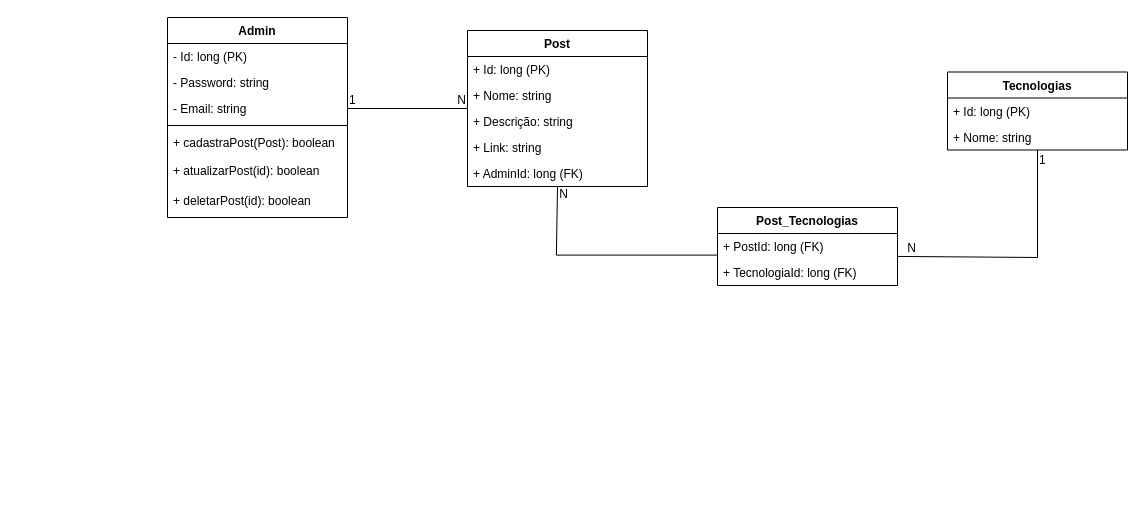
Before: docs/diagrama/Arquitetura.drawio in oficialThur/portfolio, a draw.io diagram. Source tidied: cells renumbered, new cells numbered last; positions are measured from the earlier drawing's top-left corner, leaving out a move shared by most shapes. Both pictures are drawn from the tidied source at 100%, with x=0, y=0 at pixel (167, 17).
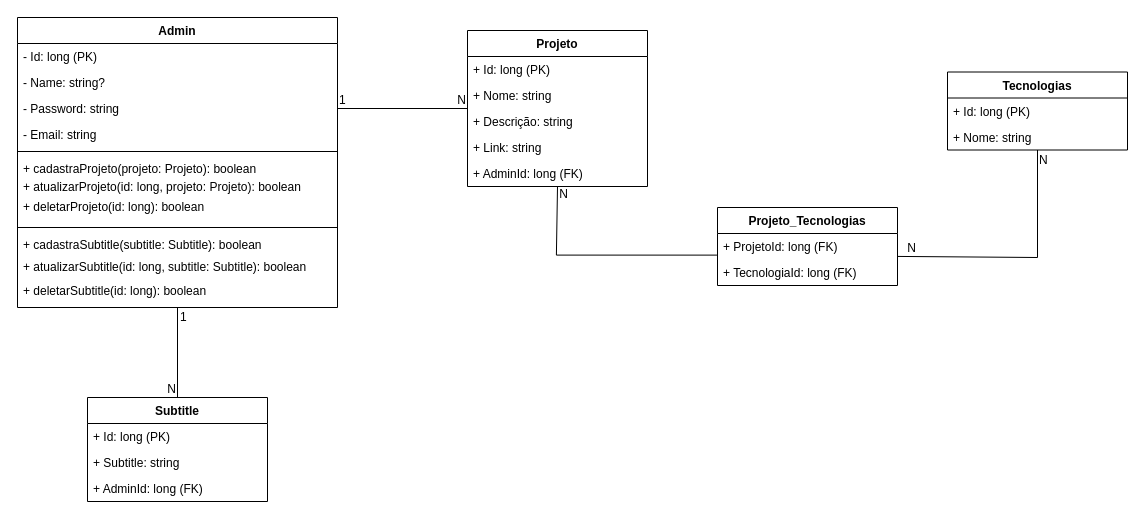
After the change.

The change refers to these unchanged cells:
```xml
<mxCell id="27" style="endArrow=none;html=1;rounded=0;exitX=0.5;exitY=1;exitDx=0;exitDy=0;entryX=1;entryY=-0.118;entryDx=0;entryDy=0;entryPerimeter=0;" parent="1" edge="1" source="22" target="21">
  <mxGeometry relative="1" as="geometry">
    <Array as="points">
      <mxPoint x="870" y="240" />
    </Array>
  </mxGeometry>
</mxCell>
```

Diff of the diagram source:
```diff
@@
     <mxCell id="2" value="&lt;b&gt;Admin&lt;/b&gt;" style="swimlane;fontStyle=1;align=center;verticalAlign=top;horizontal=1;startSize=26;whiteSpace=wrap;html=1;" parent="1" vertex="1">
-      <mxGeometry width="180" height="200" as="geometry" />
+      <mxGeometry x="-150" width="320" height="290" as="geometry" />
     </mxCell>
     <mxCell id="3" value="- Id: long (PK)&lt;span style=&quot;white-space: pre;&quot;&gt;&#9;&lt;/span&gt;" style="text;strokeColor=none;fillColor=none;align=left;verticalAlign=top;spacingLeft=4;spacingRight=4;overflow=hidden;whiteSpace=wrap;html=1;" parent="2" vertex="1">
-      <mxGeometry y="26" width="180" height="26" as="geometry" />
+      <mxGeometry y="26" width="320" height="26" as="geometry" />
     </mxCell>
+    <mxCell id="30" value="- Name: string?" style="text;strokeColor=none;fillColor=none;align=left;verticalAlign=top;spacingLeft=4;spacingRight=4;overflow=hidden;whiteSpace=wrap;html=1;" parent="2" vertex="1">
+      <mxGeometry y="52" width="320" height="26" as="geometry" />
+    </mxCell>
     <mxCell id="4" value="- Password: string" style="text;strokeColor=none;fillColor=none;align=left;verticalAlign=top;spacingLeft=4;spacingRight=4;overflow=hidden;points=[[0,0.5],[1,0.5]];portConstraint=eastwest;whiteSpace=wrap;html=1;" parent="2" vertex="1">
-      <mxGeometry y="52" width="180" height="26" as="geometry" />
+      <mxGeometry y="78" width="320" height="26" as="geometry" />
     </mxCell>
     <mxCell id="5" value="- Email: string" style="text;strokeColor=none;fillColor=none;align=left;verticalAlign=top;spacingLeft=4;spacingRight=4;overflow=hidden;points=[[0,0.5],[1,0.5]];portConstraint=eastwest;whiteSpace=wrap;html=1;" parent="2" vertex="1">
-      <mxGeometry y="78" width="180" height="26" as="geometry" />
+      <mxGeometry y="104" width="320" height="26" as="geometry" />
     </mxCell>
     <mxCell id="6" style="line;strokeWidth=1;fillColor=none;align=left;verticalAlign=middle;spacingTop=-1;spacingLeft=3;spacingRight=3;labelPosition=right;strokeColor=inherit;" parent="2" vertex="1">
-      <mxGeometry y="104" width="180" height="8" as="geometry" />
+      <mxGeometry y="130" width="320" height="8" as="geometry" />
     </mxCell>
-    <mxCell id="7" value="+ cadastraPost(Post): boolean" style="text;strokeColor=none;fillColor=none;align=left;verticalAlign=top;spacingLeft=4;spacingRight=4;overflow=hidden;whiteSpace=wrap;html=1;" parent="2" vertex="1">
-      <mxGeometry y="112" width="180" height="28" as="geometry" />
+    <mxCell id="7" value="+ cadastraProjeto(projeto: Projeto): boolean" style="text;strokeColor=none;fillColor=none;align=left;verticalAlign=top;spacingLeft=4;spacingRight=4;overflow=hidden;whiteSpace=wrap;html=1;" parent="2" vertex="1">
+      <mxGeometry y="138" width="320" height="18" as="geometry" />
     </mxCell>
-    <mxCell id="8" value="+ atualizarPost(id): boolean&lt;div&gt;&lt;br&gt;&lt;/div&gt;" style="text;strokeColor=none;fillColor=none;align=left;verticalAlign=top;spacingLeft=4;spacingRight=4;overflow=hidden;whiteSpace=wrap;html=1;" parent="2" vertex="1">
-      <mxGeometry y="140" width="180" height="30" as="geometry" />
+    <mxCell id="8" value="+ atualizarProjeto(id: long, projeto: Projeto): boolean&lt;div&gt;&lt;br&gt;&lt;/div&gt;" style="text;strokeColor=none;fillColor=none;align=left;verticalAlign=top;spacingLeft=4;spacingRight=4;overflow=hidden;whiteSpace=wrap;html=1;" parent="2" vertex="1">
+      <mxGeometry y="156" width="320" height="20" as="geometry" />
     </mxCell>
-    <mxCell id="9" value="+ deletarPost(id): boolean" style="text;strokeColor=none;fillColor=none;align=left;verticalAlign=top;spacingLeft=4;spacingRight=4;overflow=hidden;whiteSpace=wrap;html=1;" parent="2" vertex="1">
-      <mxGeometry y="170" width="180" height="30" as="geometry" />
+    <mxCell id="9" value="+ deletarProjeto(id: long): boolean" style="text;strokeColor=none;fillColor=none;align=left;verticalAlign=top;spacingLeft=4;spacingRight=4;overflow=hidden;whiteSpace=wrap;html=1;" parent="2" vertex="1">
+      <mxGeometry y="176" width="320" height="30" as="geometry" />
     </mxCell>
+    <mxCell id="31" style="line;strokeWidth=1;fillColor=none;align=left;verticalAlign=middle;spacingTop=-1;spacingLeft=3;spacingRight=3;labelPosition=right;strokeColor=inherit;" parent="2" vertex="1">
+      <mxGeometry y="206" width="320" height="8" as="geometry" />
+    </mxCell>
+    <mxCell id="32" value="+ cadastra&lt;span style=&quot;text-align: center;&quot;&gt;Subtitle&lt;/span&gt;(subtitle: Subtitle): boolean" style="text;strokeColor=none;fillColor=none;align=left;verticalAlign=top;spacingLeft=4;spacingRight=4;overflow=hidden;whiteSpace=wrap;html=1;" parent="2" vertex="1">
+      <mxGeometry y="214" width="320" height="22" as="geometry" />
+    </mxCell>
+    <mxCell id="33" value="+ atualizar&lt;span style=&quot;text-align: center;&quot;&gt;Subtitle&lt;/span&gt;(id: long, subtitle: Subtitle): boolean&lt;div&gt;&lt;br&gt;&lt;/div&gt;" style="text;strokeColor=none;fillColor=none;align=left;verticalAlign=top;spacingLeft=4;spacingRight=4;overflow=hidden;whiteSpace=wrap;html=1;" parent="2" vertex="1">
+      <mxGeometry y="236" width="320" height="24" as="geometry" />
+    </mxCell>
+    <mxCell id="34" value="+ deletar&lt;span style=&quot;text-align: center;&quot;&gt;Subtitle&lt;/span&gt;(id: long): boolean" style="text;strokeColor=none;fillColor=none;align=left;verticalAlign=top;spacingLeft=4;spacingRight=4;overflow=hidden;whiteSpace=wrap;html=1;" parent="2" vertex="1">
+      <mxGeometry y="260" width="320" height="30" as="geometry" />
+    </mxCell>
-    <mxCell id="10" value="Post" style="swimlane;fontStyle=1;align=center;verticalAlign=top;horizontal=1;startSize=26;whiteSpace=wrap;html=1;" parent="1" vertex="1">
+    <mxCell id="10" value="Projeto&lt;div&gt;&lt;br&gt;&lt;/div&gt;" style="swimlane;fontStyle=1;align=center;verticalAlign=top;horizontal=1;startSize=26;whiteSpace=wrap;html=1;" parent="1" vertex="1">
       <mxGeometry x="300" y="13" width="180" height="156" as="geometry" />
     </mxCell>
@@
-    <mxCell id="16" style="endArrow=none;html=1;rounded=0;entryX=0;entryY=0.5;entryDx=0;entryDy=0;" parent="1" edge="1" source="5" target="10">
+    <mxCell id="16" style="endArrow=none;html=1;rounded=0;entryX=0;entryY=0.5;entryDx=0;entryDy=0;exitX=1;exitY=0.5;exitDx=0;exitDy=0;" parent="1" edge="1" source="4" target="10">
       <mxGeometry relative="1" as="geometry" />
     </mxCell>
@@
-    <mxCell id="19" value="Post_Tecnologias" style="swimlane;fontStyle=1;align=center;verticalAlign=top;horizontal=1;startSize=26;whiteSpace=wrap;html=1;" parent="1" vertex="1">
+    <mxCell id="19" value="Projeto_Tecnologias" style="swimlane;fontStyle=1;align=center;verticalAlign=top;horizontal=1;startSize=26;whiteSpace=wrap;html=1;" parent="1" vertex="1">
       <mxGeometry x="550" y="190" width="180" height="78" as="geometry" />
     </mxCell>
-    <mxCell id="20" value="+ PostId: long (FK)&lt;span style=&quot;white-space: pre;&quot;&gt;&#9;&lt;/span&gt;" style="text;strokeColor=none;fillColor=none;align=left;verticalAlign=top;spacingLeft=4;spacingRight=4;overflow=hidden;points=[[0,0.5],[1,0.5]];portConstraint=eastwest;whiteSpace=wrap;html=1;" parent="19" vertex="1">
+    <mxCell id="20" value="+ ProjetoId: long (FK)&lt;span style=&quot;white-space: pre;&quot;&gt;&#9;&lt;/span&gt;" style="text;strokeColor=none;fillColor=none;align=left;verticalAlign=top;spacingLeft=4;spacingRight=4;overflow=hidden;points=[[0,0.5],[1,0.5]];portConstraint=eastwest;whiteSpace=wrap;html=1;" parent="19" vertex="1">
       <mxGeometry y="26" width="180" height="26" as="geometry" />
     </mxCell>
@@
-    <mxCell id="28" value="1" style="html=1;whiteSpace=wrap;align=left;verticalAlign=bottom;" parent="27" vertex="1">
+    <mxCell id="28" value="N" style="html=1;whiteSpace=wrap;align=left;verticalAlign=bottom;" parent="27" vertex="1">
       <mxGeometry x="-1" relative="1" as="geometry">
         <mxPoint y="18" as="offset" />
       </mxGeometry>
     </mxCell>
@@
+    <mxCell id="35" value="Subtitle" style="swimlane;fontStyle=1;align=center;verticalAlign=top;horizontal=1;startSize=26;whiteSpace=wrap;html=1;" parent="1" vertex="1">
+      <mxGeometry x="-80" y="380" width="180" height="104" as="geometry" />
+    </mxCell>
+    <mxCell id="36" value="+ Id: long (PK)&lt;span style=&quot;white-space: pre;&quot;&gt;&#9;&lt;/span&gt;" style="text;strokeColor=none;fillColor=none;align=left;verticalAlign=top;spacingLeft=4;spacingRight=4;overflow=hidden;whiteSpace=wrap;html=1;" parent="35" vertex="1">
+      <mxGeometry y="26" width="180" height="26" as="geometry" />
+    </mxCell>
+    <mxCell id="37" value="+&amp;nbsp;&lt;span style=&quot;text-align: center;&quot;&gt;Subtitle&lt;/span&gt;: string" style="text;strokeColor=none;fillColor=none;align=left;verticalAlign=top;spacingLeft=4;spacingRight=4;overflow=hidden;whiteSpace=wrap;html=1;" parent="35" vertex="1">
+      <mxGeometry y="52" width="180" height="26" as="geometry" />
+    </mxCell>
+    <mxCell id="38" value="+ AdminId: long (FK)" style="text;strokeColor=none;fillColor=none;align=left;verticalAlign=top;spacingLeft=4;spacingRight=4;overflow=hidden;whiteSpace=wrap;html=1;" parent="35" vertex="1">
+      <mxGeometry y="78" width="180" height="26" as="geometry" />
+    </mxCell>
+    <mxCell id="39" style="endArrow=none;html=1;rounded=0;entryX=0.5;entryY=0;entryDx=0;entryDy=0;exitX=0.5;exitY=1;exitDx=0;exitDy=0;" parent="1" edge="1" source="2" target="35">
+      <mxGeometry relative="1" as="geometry" />
+    </mxCell>
+    <mxCell id="40" value="1" style="html=1;whiteSpace=wrap;align=left;verticalAlign=bottom;" parent="39" vertex="1">
+      <mxGeometry x="-1" relative="1" as="geometry">
+        <mxPoint x="1" y="18" as="offset" />
+      </mxGeometry>
+    </mxCell>
+    <mxCell id="41" value="N" style="html=1;whiteSpace=wrap;align=right;verticalAlign=bottom;" parent="39" vertex="1">
+      <mxGeometry x="1" relative="1" as="geometry" />
+    </mxCell>
```
